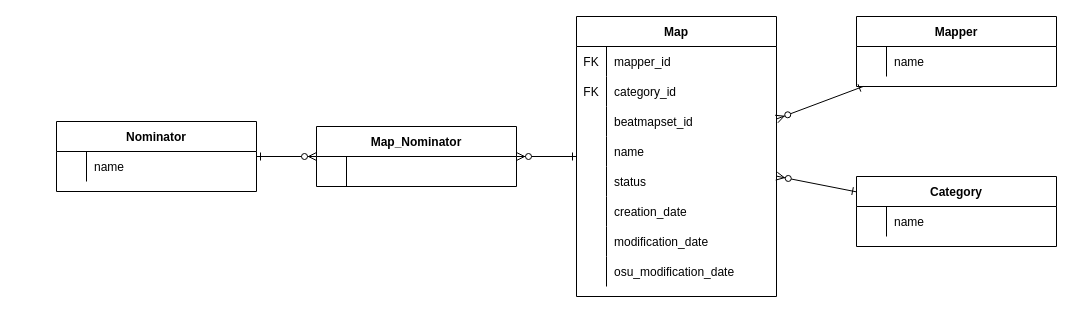
Earlier version of the draw.io diagram docs/ERD.drawio (Emanuel-de-Jong/10KRanker). Source tidied: cells renumbered, new cells numbered last; positions are measured from the earlier drawing's top-left corner, leaving out a move shared by most shapes. Both pictures are drawn from the tidied source at 100%, with x=0, y=0 at pixel (56, 16).
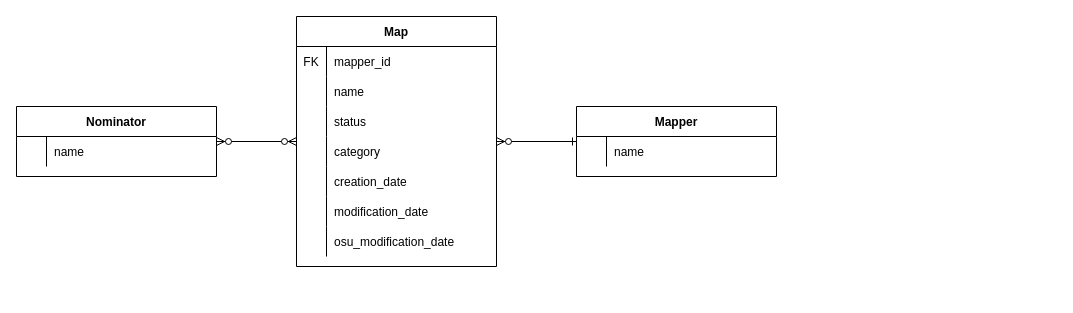
After the change.

Unchanged cells that the change refers to:
```xml
<mxCell id="11" style="shape=partialRectangle;fillColor=none;top=0;left=0;right=0;bottom=0;" parent="7" vertex="1">
  <mxGeometry y="60" width="200" height="30" as="geometry" />
</mxCell>
```

What changed in the source:
```diff
@@
     <mxCell id="3" value="Mapper" style="shape=table;startSize=30;childLayout=tableLayout;rowLines=0;fontStyle=1;align=center;" parent="1" vertex="1">
-      <mxGeometry x="800" width="200" height="70" as="geometry" />
+      <mxGeometry x="520" y="90" width="200" height="70" as="geometry" />
     </mxCell>
@@
     <mxCell id="7" value="Map" style="shape=table;startSize=30;childLayout=tableLayout;rowLines=0;fontStyle=1;align=center;" parent="1" vertex="1">
-      <mxGeometry x="520" width="200" height="280" as="geometry" />
+      <mxGeometry x="240" width="200" height="250" as="geometry" />
     </mxCell>
@@
-    <mxCell id="12" value="FK" style="shape=partialRectangle;overflow=hidden;fillColor=none;top=0;left=0;bottom=0;right=0;" parent="11" vertex="1">
+    <mxCell id="12" style="shape=partialRectangle;overflow=hidden;fillColor=none;top=0;left=0;bottom=0;right=0;" parent="11" vertex="1">
       <mxGeometry width="30" height="30" as="geometry" />
     </mxCell>
-    <mxCell id="13" value="category_id" style="shape=partialRectangle;overflow=hidden;fillColor=none;top=0;left=0;bottom=0;right=0;align=left;spacingLeft=6;" parent="11" vertex="1">
+    <mxCell id="13" value="name" style="shape=partialRectangle;overflow=hidden;fillColor=none;top=0;left=0;bottom=0;right=0;align=left;spacingLeft=6;" parent="11" vertex="1">
       <mxGeometry x="30" width="170" height="30" as="geometry" />
     </mxCell>
-    <mxCell id="14" style="shape=partialRectangle;fillColor=none;top=0;left=0;right=0;bottom=0;" parent="7" vertex="1">
-      <mxGeometry y="90" width="200" height="30" as="geometry" />
-    </mxCell>
-    <mxCell id="15" style="shape=partialRectangle;overflow=hidden;fillColor=none;top=0;left=0;bottom=0;right=0;" parent="14" vertex="1">
-      <mxGeometry width="30" height="30" as="geometry" />
-    </mxCell>
-    <mxCell id="16" value="beatmapset_id" style="shape=partialRectangle;overflow=hidden;fillColor=none;top=0;left=0;bottom=0;right=0;align=left;spacingLeft=6;" parent="14" vertex="1">
-      <mxGeometry x="30" width="170" height="30" as="geometry" />
-    </mxCell>
     <mxCell id="17" style="shape=partialRectangle;fillColor=none;top=0;left=0;right=0;bottom=0;" parent="7" vertex="1">
-      <mxGeometry y="120" width="200" height="30" as="geometry" />
+      <mxGeometry y="90" width="200" height="30" as="geometry" />
     </mxCell>
@@
-    <mxCell id="19" value="name" style="shape=partialRectangle;overflow=hidden;fillColor=none;top=0;left=0;bottom=0;right=0;align=left;spacingLeft=6;" parent="17" vertex="1">
+    <mxCell id="19" value="status" style="shape=partialRectangle;overflow=hidden;fillColor=none;top=0;left=0;bottom=0;right=0;align=left;spacingLeft=6;" parent="17" vertex="1">
       <mxGeometry x="30" width="170" height="30" as="geometry" />
     </mxCell>
     <mxCell id="20" style="shape=partialRectangle;fillColor=none;top=0;left=0;right=0;bottom=0;" parent="7" vertex="1">
-      <mxGeometry y="150" width="200" height="30" as="geometry" />
+      <mxGeometry y="120" width="200" height="30" as="geometry" />
     </mxCell>
@@
-    <mxCell id="22" value="status" style="shape=partialRectangle;overflow=hidden;fillColor=none;top=0;left=0;bottom=0;right=0;align=left;spacingLeft=6;" parent="20" vertex="1">
+    <mxCell id="22" value="category" style="shape=partialRectangle;overflow=hidden;fillColor=none;top=0;left=0;bottom=0;right=0;align=left;spacingLeft=6;" parent="20" vertex="1">
       <mxGeometry x="30" width="170" height="30" as="geometry" />
     </mxCell>
     <mxCell id="23" style="shape=partialRectangle;fillColor=none;top=0;left=0;right=0;bottom=0;" parent="7" vertex="1">
-      <mxGeometry y="180" width="200" height="30" as="geometry" />
+      <mxGeometry y="150" width="200" height="30" as="geometry" />
     </mxCell>
@@
     <mxCell id="26" style="shape=partialRectangle;fillColor=none;top=0;left=0;right=0;bottom=0;" parent="7" vertex="1">
-      <mxGeometry y="210" width="200" height="30" as="geometry" />
+      <mxGeometry y="180" width="200" height="30" as="geometry" />
     </mxCell>
@@
     <mxCell id="29" style="shape=partialRectangle;fillColor=none;top=0;left=0;right=0;bottom=0;" parent="7" vertex="1">
-      <mxGeometry y="240" width="200" height="30" as="geometry" />
+      <mxGeometry y="210" width="200" height="30" as="geometry" />
     </mxCell>
@@
-    <mxCell id="32" style="rounded=0;jettySize=auto;html=1;startArrow=ERone;startFill=0;endArrow=ERzeroToMany;endFill=1;" parent="1" edge="1" source="33" target="43">
+    <mxCell id="32" style="rounded=0;jettySize=auto;html=1;startArrow=ERzeroToMany;startFill=1;endArrow=ERzeroToMany;endFill=1;" parent="1" edge="1" source="33" target="7">
       <mxGeometry relative="1" as="geometry" />
     </mxCell>
     <mxCell id="33" value="Nominator" style="shape=table;startSize=30;childLayout=tableLayout;rowLines=0;fontStyle=1;align=center;" parent="1" vertex="1">
-      <mxGeometry y="105" width="200" height="70" as="geometry" />
+      <mxGeometry x="-40" y="90" width="200" height="70" as="geometry" />
     </mxCell>
@@
-    <mxCell id="37" style="edgeStyle=none;rounded=0;jettySize=auto;html=1;startArrow=ERone;startFill=0;endArrow=ERzeroToMany;endFill=1;" parent="1" edge="1" source="38" target="7">
-      <mxGeometry relative="1" as="geometry" />
-    </mxCell>
-    <mxCell id="38" value="Category" style="shape=table;startSize=30;childLayout=tableLayout;rowLines=0;fontStyle=1;align=center;" parent="1" vertex="1">
-      <mxGeometry x="800" y="160" width="200" height="70" as="geometry" />
-    </mxCell>
-    <mxCell id="39" style="shape=partialRectangle;fillColor=none;top=0;left=0;right=0;bottom=0;" parent="38" vertex="1">
-      <mxGeometry y="30" width="200" height="30" as="geometry" />
-    </mxCell>
-    <mxCell id="40" style="shape=partialRectangle;overflow=hidden;fillColor=none;top=0;left=0;bottom=0;right=0;" parent="39" vertex="1">
-      <mxGeometry width="30" height="30" as="geometry" />
-    </mxCell>
-    <mxCell id="41" value="name" style="shape=partialRectangle;overflow=hidden;fillColor=none;top=0;left=0;bottom=0;right=0;align=left;spacingLeft=6;" parent="39" vertex="1">
-      <mxGeometry x="30" width="170" height="30" as="geometry" />
-    </mxCell>
-    <mxCell id="42" style="edgeStyle=none;rounded=0;jettySize=auto;html=1;startArrow=ERone;startFill=0;endArrow=ERzeroToMany;endFill=1;" parent="1" edge="1" source="7" target="43">
-      <mxGeometry relative="1" as="geometry" />
-    </mxCell>
-    <mxCell id="43" value="Map_Nominator" style="shape=table;startSize=30;childLayout=tableLayout;rowLines=0;fontStyle=1;align=center;" parent="1" vertex="1">
-      <mxGeometry x="260" y="110" width="200" height="60" as="geometry" />
-    </mxCell>
-    <mxCell id="44" style="shape=partialRectangle;fillColor=none;top=0;left=0;right=0;bottom=0;" parent="43" vertex="1">
-      <mxGeometry y="30" width="200" height="30" as="geometry" />
-    </mxCell>
-    <mxCell id="45" style="shape=partialRectangle;overflow=hidden;fillColor=none;top=0;left=0;bottom=0;right=0;" parent="44" vertex="1">
-      <mxGeometry width="30" height="30" as="geometry" />
-    </mxCell>
-    <mxCell id="46" style="shape=partialRectangle;overflow=hidden;fillColor=none;top=0;left=0;bottom=0;right=0;align=left;spacingLeft=6;" parent="44" vertex="1">
-      <mxGeometry x="30" width="170" height="30" as="geometry" />
-    </mxCell>
```
